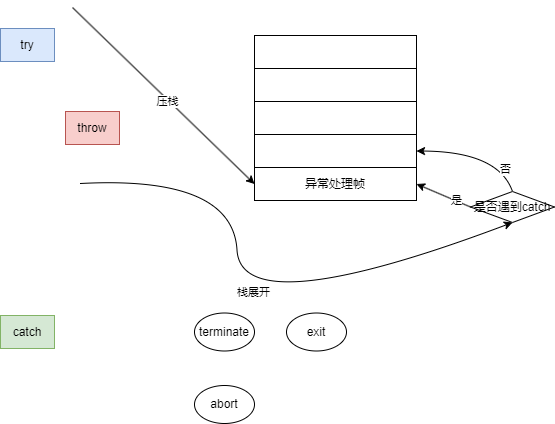
sirius-zyj/Images keeps this draw.io diagram as CS/语言/C(++)/try_catch.drawio.png. Above is the earlier version. Source tidied: cells renumbered, new cells last; positions are measured from the earlier drawing's top-left corner, leaving out a move shared by most shapes.
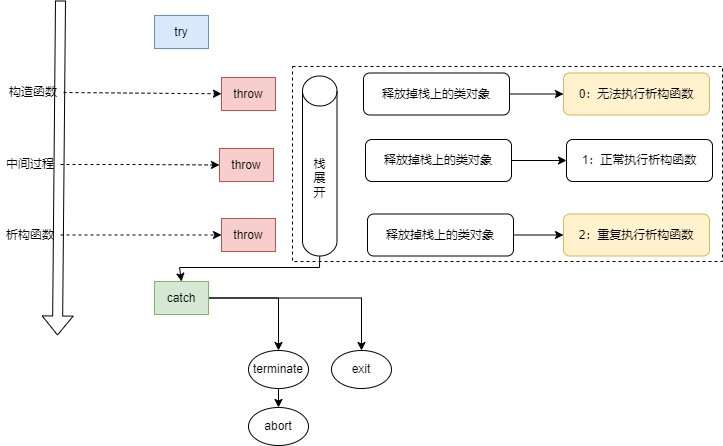
The same diagram one commit later.

Change to the diagram source:
```diff
@@ -2,81 +2,103 @@
   <root>
     <mxCell id="0" />
     <mxCell id="1" parent="0" />
+    <mxCell id="22" style="rounded=0;whiteSpace=wrap;html=1;dashed=1;" parent="1" vertex="1">
+      <mxGeometry x="138" y="72" width="430" height="195" as="geometry" />
+    </mxCell>
     <mxCell id="2" value="try" style="rounded=0;whiteSpace=wrap;html=1;fillColor=#dae8fc;strokeColor=#6c8ebf;" parent="1" vertex="1">
       <mxGeometry y="21" width="54" height="33" as="geometry" />
     </mxCell>
     <mxCell id="3" value="throw" style="rounded=0;whiteSpace=wrap;html=1;fillColor=#f8cecc;strokeColor=#b85450;" parent="1" vertex="1">
-      <mxGeometry x="65" y="104" width="54" height="33" as="geometry" />
+      <mxGeometry x="67" y="83" width="54" height="33" as="geometry" />
     </mxCell>
+    <mxCell id="23" style="edgeStyle=orthogonalEdgeStyle;rounded=0;jettySize=auto;html=1;exitX=1;exitY=0.5;exitDx=0;exitDy=0;entryX=0.5;entryY=0;entryDx=0;entryDy=0;" parent="1" edge="1" source="4" target="20">
+      <mxGeometry relative="1" as="geometry" />
+    </mxCell>
+    <mxCell id="24" style="edgeStyle=orthogonalEdgeStyle;rounded=0;jettySize=auto;html=1;exitX=1;exitY=0.5;exitDx=0;exitDy=0;entryX=0.5;entryY=0;entryDx=0;entryDy=0;" parent="1" edge="1" source="4" target="21">
+      <mxGeometry relative="1" as="geometry" />
+    </mxCell>
     <mxCell id="4" value="catch" style="rounded=0;whiteSpace=wrap;html=1;fillColor=#d5e8d4;strokeColor=#82b366;" parent="1" vertex="1">
-      <mxGeometry y="308" width="54" height="33" as="geometry" />
+      <mxGeometry y="287" width="54" height="33" as="geometry" />
     </mxCell>
-    <mxCell id="5" style="rounded=0;whiteSpace=wrap;html=1;" parent="1" vertex="1">
-      <mxGeometry x="254" y="28" width="162" height="33" as="geometry" />
-    </mxCell>
-    <mxCell id="6" style="rounded=0;whiteSpace=wrap;html=1;" parent="1" vertex="1">
-      <mxGeometry x="254" y="61" width="162" height="33" as="geometry" />
-    </mxCell>
-    <mxCell id="7" style="rounded=0;whiteSpace=wrap;html=1;" parent="1" vertex="1">
-      <mxGeometry x="254" y="94" width="162" height="33" as="geometry" />
-    </mxCell>
-    <mxCell id="8" style="rounded=0;whiteSpace=wrap;html=1;" parent="1" vertex="1">
-      <mxGeometry x="254" y="127" width="162" height="33" as="geometry" />
-    </mxCell>
-    <mxCell id="9" value="异常处理帧" style="rounded=0;whiteSpace=wrap;html=1;" parent="1" vertex="1">
-      <mxGeometry x="254" y="160" width="162" height="33" as="geometry" />
-    </mxCell>
-    <mxCell id="10" style="endArrow=classic;html=1;rounded=0;entryX=0.5;entryY=1;entryDx=0;entryDy=0;curved=1;" parent="1" edge="1" target="14">
-      <mxGeometry relative="1" as="geometry">
-        <mxPoint x="80" y="176" as="sourcePoint" />
-        <Array as="points">
-          <mxPoint x="232" y="168" />
-          <mxPoint x="241" y="317" />
-        </Array>
-      </mxGeometry>
-    </mxCell>
-    <mxCell id="11" value="栈展开" style="edgeLabel;html=1;align=center;verticalAlign=middle;" parent="10" vertex="1">
-      <mxGeometry x="0.05" y="-1" relative="1" as="geometry">
-        <mxPoint x="4" y="-31" as="offset" />
-      </mxGeometry>
-    </mxCell>
-    <mxCell id="12" style="endArrow=classic;html=1;rounded=0;entryX=0;entryY=0.5;entryDx=0;entryDy=0;" parent="1" edge="1" target="9">
-      <mxGeometry relative="1" as="geometry">
-        <mxPoint x="72" as="sourcePoint" />
-      </mxGeometry>
-    </mxCell>
-    <mxCell id="13" value="压栈" style="edgeLabel;html=1;align=center;verticalAlign=middle;" parent="12" vertex="1">
-      <mxGeometry x="0.05" y="-1" relative="1" as="geometry" />
-    </mxCell>
-    <mxCell id="14" value="是否遇到catch" style="rhombus;whiteSpace=wrap;html=1;" parent="1" vertex="1">
-      <mxGeometry x="470" y="184" width="84" height="31" as="geometry" />
-    </mxCell>
-    <mxCell id="15" style="endArrow=classic;html=1;rounded=0;exitX=0;exitY=0.5;exitDx=0;exitDy=0;entryX=1;entryY=0.5;entryDx=0;entryDy=0;" parent="1" edge="1" source="14" target="9">
-      <mxGeometry relative="1" as="geometry" />
-    </mxCell>
-    <mxCell id="16" value="是" style="edgeLabel;html=1;align=center;verticalAlign=middle;" parent="15" vertex="1">
-      <mxGeometry x="-0.28" y="-4" relative="1" as="geometry">
-        <mxPoint x="3" y="5" as="offset" />
-      </mxGeometry>
-    </mxCell>
-    <mxCell id="17" style="endArrow=classic;html=1;rounded=0;exitX=0.5;exitY=0;exitDx=0;exitDy=0;entryX=1;entryY=0.5;entryDx=0;entryDy=0;curved=1;" parent="1" edge="1" source="14" target="8">
-      <mxGeometry relative="1" as="geometry">
-        <Array as="points">
-          <mxPoint x="498" y="144" />
-        </Array>
-      </mxGeometry>
-    </mxCell>
-    <mxCell id="18" value="否" style="edgeLabel;html=1;align=center;verticalAlign=middle;" parent="17" vertex="1">
-      <mxGeometry x="-0.62" relative="1" as="geometry" />
-    </mxCell>
     <mxCell id="19" value="abort" style="ellipse;whiteSpace=wrap;html=1;" parent="1" vertex="1">
-      <mxGeometry x="194" y="378" width="60" height="38" as="geometry" />
+      <mxGeometry x="94" y="413" width="60" height="38" as="geometry" />
     </mxCell>
+    <mxCell id="25" style="edgeStyle=orthogonalEdgeStyle;rounded=0;jettySize=auto;html=1;exitX=0.5;exitY=1;exitDx=0;exitDy=0;entryX=0.5;entryY=0;entryDx=0;entryDy=0;" parent="1" edge="1" source="20" target="19">
+      <mxGeometry relative="1" as="geometry" />
+    </mxCell>
     <mxCell id="20" value="terminate" style="ellipse;whiteSpace=wrap;html=1;" parent="1" vertex="1">
-      <mxGeometry x="194" y="305.5" width="60" height="38" as="geometry" />
+      <mxGeometry x="94" y="356" width="60" height="38" as="geometry" />
     </mxCell>
     <mxCell id="21" value="exit" style="ellipse;whiteSpace=wrap;html=1;" parent="1" vertex="1">
-      <mxGeometry x="286" y="305.5" width="60" height="38" as="geometry" />
+      <mxGeometry x="177" y="356" width="60" height="38" as="geometry" />
     </mxCell>
+    <mxCell id="26" style="shape=flexArrow;endArrow=classic;html=1;rounded=0;" parent="1" edge="1">
+      <mxGeometry relative="1" as="geometry">
+        <mxPoint x="-94" y="6" as="sourcePoint" />
+        <mxPoint x="-97" y="341" as="targetPoint" />
+      </mxGeometry>
+    </mxCell>
+    <mxCell id="27" value="throw" style="rounded=0;whiteSpace=wrap;html=1;fillColor=#f8cecc;strokeColor=#b85450;" parent="1" vertex="1">
+      <mxGeometry x="67" y="224" width="54" height="33" as="geometry" />
+    </mxCell>
+    <mxCell id="28" style="endArrow=classic;html=1;rounded=0;exitX=1;exitY=0.5;exitDx=0;exitDy=0;dashed=1;entryX=0;entryY=0.5;entryDx=0;entryDy=0;" parent="1" edge="1" source="31" target="27">
+      <mxGeometry relative="1" as="geometry" />
+    </mxCell>
+    <mxCell id="29" style="endArrow=classic;html=1;rounded=0;dashed=1;exitX=1;exitY=0.5;exitDx=0;exitDy=0;" parent="1" edge="1" source="30" target="3">
+      <mxGeometry relative="1" as="geometry" />
+    </mxCell>
+    <mxCell id="30" value="构造函数" style="text;html=1;align=center;verticalAlign=middle;whiteSpace=wrap;rounded=0;" parent="1" vertex="1">
+      <mxGeometry x="-151" y="83" width="60" height="30" as="geometry" />
+    </mxCell>
+    <mxCell id="31" value="析构函数" style="text;html=1;align=center;verticalAlign=middle;whiteSpace=wrap;rounded=0;" parent="1" vertex="1">
+      <mxGeometry x="-154" y="225.5" width="60" height="30" as="geometry" />
+    </mxCell>
+    <mxCell id="32" style="edgeStyle=orthogonalEdgeStyle;rounded=0;jettySize=auto;html=1;exitX=1;exitY=0.5;exitDx=0;exitDy=0;entryX=0;entryY=0.5;entryDx=0;entryDy=0;dashed=1;" parent="1" edge="1" source="33" target="34">
+      <mxGeometry relative="1" as="geometry" />
+    </mxCell>
+    <mxCell id="33" value="中间过程" style="text;html=1;align=center;verticalAlign=middle;whiteSpace=wrap;rounded=0;" parent="1" vertex="1">
+      <mxGeometry x="-154" y="155" width="60" height="30" as="geometry" />
+    </mxCell>
+    <mxCell id="34" value="throw" style="rounded=0;whiteSpace=wrap;html=1;fillColor=#f8cecc;strokeColor=#b85450;" parent="1" vertex="1">
+      <mxGeometry x="65" y="154" width="54" height="33" as="geometry" />
+    </mxCell>
+    <mxCell id="35" style="edgeStyle=orthogonalEdgeStyle;rounded=0;jettySize=auto;html=1;exitX=1;exitY=0.5;exitDx=0;exitDy=0;entryX=0;entryY=0.5;entryDx=0;entryDy=0;" parent="1" edge="1" source="36" target="37">
+      <mxGeometry relative="1" as="geometry" />
+    </mxCell>
+    <mxCell id="36" value="释放掉栈上的类对象" style="rounded=1;whiteSpace=wrap;html=1;" parent="1" vertex="1">
+      <mxGeometry x="209" y="78.5" width="146" height="42" as="geometry" />
+    </mxCell>
+    <mxCell id="37" value="0：无法执行析构函数" style="rounded=1;whiteSpace=wrap;html=1;fillColor=#fff2cc;strokeColor=#d6b656;" parent="1" vertex="1">
+      <mxGeometry x="409" y="78.5" width="146" height="42" as="geometry" />
+    </mxCell>
+    <mxCell id="38" style="edgeStyle=orthogonalEdgeStyle;rounded=0;jettySize=auto;html=1;exitX=1;exitY=0.5;exitDx=0;exitDy=0;entryX=0;entryY=0.5;entryDx=0;entryDy=0;" parent="1" edge="1" source="39" target="40">
+      <mxGeometry relative="1" as="geometry" />
+    </mxCell>
+    <mxCell id="39" value="释放掉栈上的类对象" style="rounded=1;whiteSpace=wrap;html=1;" parent="1" vertex="1">
+      <mxGeometry x="211" y="145" width="146" height="42" as="geometry" />
+    </mxCell>
+    <mxCell id="40" value="1：正常执行析构函数" style="rounded=1;whiteSpace=wrap;html=1;" parent="1" vertex="1">
+      <mxGeometry x="412" y="145" width="146" height="42" as="geometry" />
+    </mxCell>
+    <mxCell id="41" style="edgeStyle=orthogonalEdgeStyle;rounded=0;jettySize=auto;html=1;exitX=1;exitY=0.5;exitDx=0;exitDy=0;" parent="1" edge="1" source="42" target="43">
+      <mxGeometry relative="1" as="geometry" />
+    </mxCell>
+    <mxCell id="42" value="释放掉栈上的类对象" style="rounded=1;whiteSpace=wrap;html=1;" parent="1" vertex="1">
+      <mxGeometry x="213" y="219.5" width="146" height="42" as="geometry" />
+    </mxCell>
+    <mxCell id="43" value="2：重复执行析构函数" style="rounded=1;whiteSpace=wrap;html=1;fillColor=#fff2cc;strokeColor=#d6b656;" parent="1" vertex="1">
+      <mxGeometry x="409" y="219.5" width="146" height="42" as="geometry" />
+    </mxCell>
+    <mxCell id="44" value="栈&lt;div&gt;展&lt;/div&gt;&lt;div&gt;开&lt;/div&gt;" style="shape=cylinder3;whiteSpace=wrap;html=1;boundedLbl=1;backgroundOutline=1;size=15;" parent="1" vertex="1">
+      <mxGeometry x="148" y="81.5" width="34.5" height="180" as="geometry" />
+    </mxCell>
+    <mxCell id="45" style="endArrow=classic;html=1;rounded=0;exitX=0.5;exitY=1;exitDx=0;exitDy=0;exitPerimeter=0;entryX=0.5;entryY=0;entryDx=0;entryDy=0;" parent="1" edge="1" source="44" target="4">
+      <mxGeometry relative="1" as="geometry">
+        <Array as="points">
+          <mxPoint x="165" y="273" />
+          <mxPoint x="25" y="273" />
+        </Array>
+      </mxGeometry>
+    </mxCell>
   </root>
 </mxGraphModel>
```
